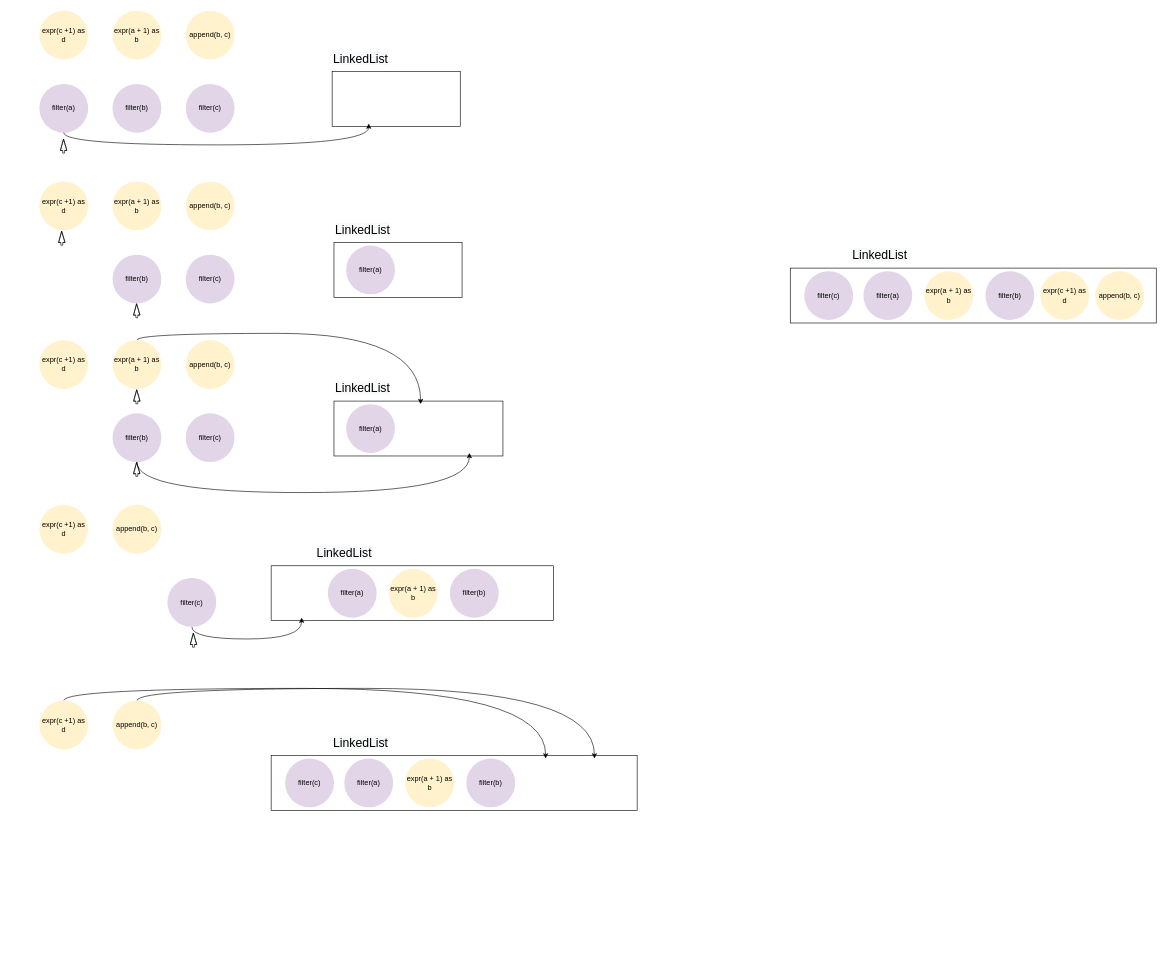
The draw.io diagram page "Page-19" (19 of 19) of profile_dev_platform.drawio in nullbull/uml, before the edit. Source tidied: cells renumbered, new cells numbered last; positions are measured from the earlier drawing's top-left corner, leaving out a move shared by most shapes. Both pictures are drawn from the tidied source at 61%, with x=0, y=0 at pixel (39, 10).
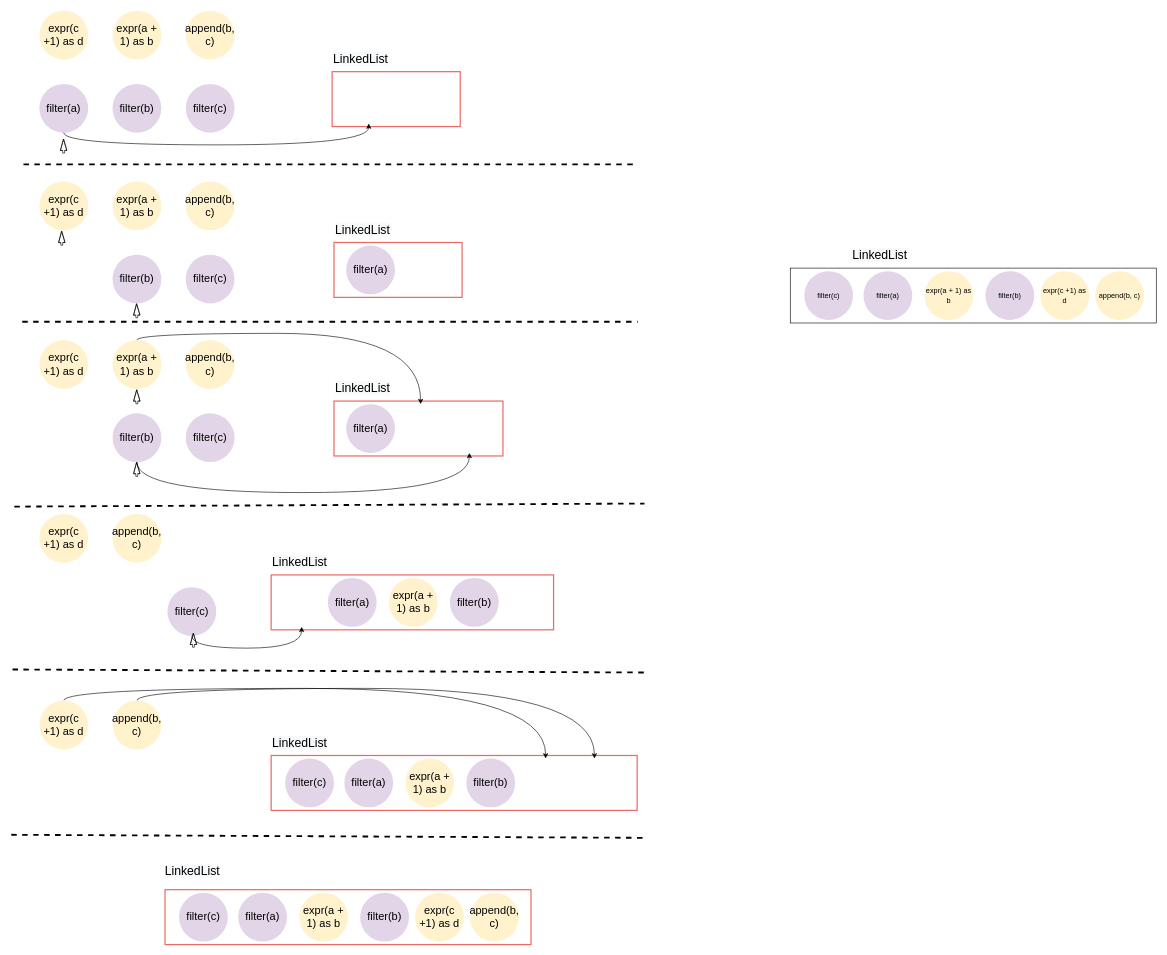
Above is the later version.

Change to the diagram source:
```diff
@@
-    <mxCell id="2" style="rounded=0;whiteSpace=wrap;html=1;fontSize=20;" parent="1" vertex="1">
+    <mxCell id="2" style="rounded=0;whiteSpace=wrap;html=1;fontSize=20;strokeWidth=2;strokeColor=#EA6B66;" parent="1" vertex="1">
       <mxGeometry x="483" y="380" width="210" height="90" as="geometry" />
     </mxCell>
-    <mxCell id="3" value="filter(a)" style="ellipse;whiteSpace=wrap;html=1;fillColor=#e1d5e7;strokeColor=none;" parent="1" vertex="1">
+    <mxCell id="3" value="filter(a)" style="ellipse;whiteSpace=wrap;html=1;fillColor=#e1d5e7;strokeColor=none;fontSize=18;" parent="1" vertex="1">
       <mxGeometry y="120" width="80" height="80" as="geometry" />
     </mxCell>
-    <mxCell id="4" value="expr(a + 1) as b" style="ellipse;whiteSpace=wrap;html=1;fillColor=#fff2cc;strokeColor=none;" parent="1" vertex="1">
+    <mxCell id="4" value="expr(a + 1) as b" style="ellipse;whiteSpace=wrap;html=1;fillColor=#fff2cc;strokeColor=none;fontSize=18;" parent="1" vertex="1">
       <mxGeometry x="120" width="80" height="80" as="geometry" />
     </mxCell>
-    <mxCell id="5" value="append(b, c)" style="ellipse;whiteSpace=wrap;html=1;fillColor=#fff2cc;strokeColor=none;" parent="1" vertex="1">
+    <mxCell id="5" value="append(b, c)" style="ellipse;whiteSpace=wrap;html=1;fillColor=#fff2cc;strokeColor=none;fontSize=18;" parent="1" vertex="1">
       <mxGeometry x="240" width="80" height="80" as="geometry" />
     </mxCell>
-    <mxCell id="6" value="filter(c)" style="ellipse;whiteSpace=wrap;html=1;fillColor=#e1d5e7;strokeColor=none;" parent="1" vertex="1">
+    <mxCell id="6" value="filter(c)" style="ellipse;whiteSpace=wrap;html=1;fillColor=#e1d5e7;strokeColor=none;fontSize=18;" parent="1" vertex="1">
       <mxGeometry x="240" y="120" width="80" height="80" as="geometry" />
     </mxCell>
-    <mxCell id="7" value="expr(c +1) as d" style="ellipse;whiteSpace=wrap;html=1;fillColor=#fff2cc;strokeColor=none;" parent="1" vertex="1">
+    <mxCell id="7" value="&lt;font style=&quot;font-size: 18px;&quot;&gt;expr(c +1) as d&lt;/font&gt;" style="ellipse;whiteSpace=wrap;html=1;fillColor=#fff2cc;strokeColor=none;fontSize=18;" parent="1" vertex="1">
       <mxGeometry width="80" height="80" as="geometry" />
     </mxCell>
-    <mxCell id="8" value="filter(b)" style="ellipse;whiteSpace=wrap;html=1;fillColor=#e1d5e7;strokeColor=none;" parent="1" vertex="1">
+    <mxCell id="8" value="filter(b)" style="ellipse;whiteSpace=wrap;html=1;fillColor=#e1d5e7;strokeColor=none;fontSize=18;" parent="1" vertex="1">
       <mxGeometry x="120" y="120" width="80" height="80" as="geometry" />
     </mxCell>
-    <mxCell id="9" style="rounded=0;whiteSpace=wrap;html=1;fontSize=20;" parent="1" vertex="1">
+    <mxCell id="9" style="rounded=0;whiteSpace=wrap;html=1;fontSize=20;strokeWidth=2;strokeColor=#EA6B66;" parent="1" vertex="1">
       <mxGeometry x="480" y="100" width="210" height="90" as="geometry" />
     </mxCell>
@@
-    <mxCell id="11" value="filter(a)" style="ellipse;whiteSpace=wrap;html=1;fillColor=#e1d5e7;strokeColor=none;" parent="1" vertex="1">
+    <mxCell id="11" value="filter(a)" style="ellipse;whiteSpace=wrap;html=1;fillColor=#e1d5e7;strokeColor=none;fontSize=18;" parent="1" vertex="1">
       <mxGeometry x="503" y="385" width="80" height="80" as="geometry" />
     </mxCell>
@@
-    <mxCell id="13" value="expr(a + 1) as b" style="ellipse;whiteSpace=wrap;html=1;fillColor=#fff2cc;strokeColor=none;" parent="1" vertex="1">
+    <mxCell id="13" value="expr(a + 1) as b" style="ellipse;whiteSpace=wrap;html=1;fillColor=#fff2cc;strokeColor=none;fontSize=18;" parent="1" vertex="1">
       <mxGeometry x="120" y="280" width="80" height="80" as="geometry" />
     </mxCell>
-    <mxCell id="14" value="append(b, c)" style="ellipse;whiteSpace=wrap;html=1;fillColor=#fff2cc;strokeColor=none;" parent="1" vertex="1">
+    <mxCell id="14" value="append(b, c)" style="ellipse;whiteSpace=wrap;html=1;fillColor=#fff2cc;strokeColor=none;fontSize=18;" parent="1" vertex="1">
       <mxGeometry x="240" y="280" width="80" height="80" as="geometry" />
     </mxCell>
-    <mxCell id="15" value="filter(c)" style="ellipse;whiteSpace=wrap;html=1;fillColor=#e1d5e7;strokeColor=none;" parent="1" vertex="1">
+    <mxCell id="15" value="filter(c)" style="ellipse;whiteSpace=wrap;html=1;fillColor=#e1d5e7;strokeColor=none;fontSize=18;" parent="1" vertex="1">
       <mxGeometry x="240" y="400" width="80" height="80" as="geometry" />
     </mxCell>
-    <mxCell id="16" value="expr(c +1) as d" style="ellipse;whiteSpace=wrap;html=1;fillColor=#fff2cc;strokeColor=none;" parent="1" vertex="1">
+    <mxCell id="16" value="expr(c +1) as d" style="ellipse;whiteSpace=wrap;html=1;fillColor=#fff2cc;strokeColor=none;fontSize=18;" parent="1" vertex="1">
       <mxGeometry y="280" width="80" height="80" as="geometry" />
     </mxCell>
-    <mxCell id="17" value="filter(b)" style="ellipse;whiteSpace=wrap;html=1;fillColor=#e1d5e7;strokeColor=none;" parent="1" vertex="1">
+    <mxCell id="17" value="filter(b)" style="ellipse;whiteSpace=wrap;html=1;fillColor=#e1d5e7;strokeColor=none;fontSize=18;" parent="1" vertex="1">
       <mxGeometry x="120" y="400" width="80" height="80" as="geometry" />
     </mxCell>
@@
-    <mxCell id="19" style="rounded=0;whiteSpace=wrap;html=1;fontSize=20;" parent="1" vertex="1">
+    <mxCell id="19" style="rounded=0;whiteSpace=wrap;html=1;fontSize=20;strokeWidth=2;strokeColor=#EA6B66;" parent="1" vertex="1">
       <mxGeometry x="483" y="640" width="277" height="90" as="geometry" />
     </mxCell>
-    <mxCell id="20" value="filter(a)" style="ellipse;whiteSpace=wrap;html=1;fillColor=#e1d5e7;strokeColor=none;" parent="1" vertex="1">
+    <mxCell id="20" value="filter(a)" style="ellipse;whiteSpace=wrap;html=1;fillColor=#e1d5e7;strokeColor=none;fontSize=18;" parent="1" vertex="1">
       <mxGeometry x="503" y="645" width="80" height="80" as="geometry" />
     </mxCell>
@@
-    <mxCell id="23" value="expr(a + 1) as b" style="ellipse;whiteSpace=wrap;html=1;fillColor=#fff2cc;strokeColor=none;" parent="1" vertex="1">
+    <mxCell id="23" value="expr(a + 1) as b" style="ellipse;whiteSpace=wrap;html=1;fillColor=#fff2cc;strokeColor=none;fontSize=18;" parent="1" vertex="1">
       <mxGeometry x="120" y="540" width="80" height="80" as="geometry" />
     </mxCell>
-    <mxCell id="24" value="append(b, c)" style="ellipse;whiteSpace=wrap;html=1;fillColor=#fff2cc;strokeColor=none;" parent="1" vertex="1">
+    <mxCell id="24" value="append(b, c)" style="ellipse;whiteSpace=wrap;html=1;fillColor=#fff2cc;strokeColor=none;fontSize=18;" parent="1" vertex="1">
       <mxGeometry x="240" y="540" width="80" height="80" as="geometry" />
     </mxCell>
-    <mxCell id="25" value="filter(c)" style="ellipse;whiteSpace=wrap;html=1;fillColor=#e1d5e7;strokeColor=none;" parent="1" vertex="1">
+    <mxCell id="25" value="filter(c)" style="ellipse;whiteSpace=wrap;html=1;fillColor=#e1d5e7;strokeColor=none;fontSize=18;" parent="1" vertex="1">
       <mxGeometry x="240" y="660" width="80" height="80" as="geometry" />
     </mxCell>
-    <mxCell id="26" value="expr(c +1) as d" style="ellipse;whiteSpace=wrap;html=1;fillColor=#fff2cc;strokeColor=none;" parent="1" vertex="1">
+    <mxCell id="26" value="expr(c +1) as d" style="ellipse;whiteSpace=wrap;html=1;fillColor=#fff2cc;strokeColor=none;fontSize=18;" parent="1" vertex="1">
       <mxGeometry y="540" width="80" height="80" as="geometry" />
     </mxCell>
@@
-    <mxCell id="28" value="filter(b)" style="ellipse;whiteSpace=wrap;html=1;fillColor=#e1d5e7;strokeColor=none;" parent="1" vertex="1">
+    <mxCell id="28" value="filter(b)" style="ellipse;whiteSpace=wrap;html=1;fillColor=#e1d5e7;strokeColor=none;fontSize=18;" parent="1" vertex="1">
       <mxGeometry x="120" y="660" width="80" height="80" as="geometry" />
     </mxCell>
@@
-    <mxCell id="30" style="rounded=0;whiteSpace=wrap;html=1;fontSize=20;" parent="1" vertex="1">
-      <mxGeometry x="380" y="910" width="463" height="90" as="geometry" />
+    <mxCell id="30" style="rounded=0;whiteSpace=wrap;html=1;fontSize=20;strokeWidth=2;strokeColor=#EA6B66;" parent="1" vertex="1">
+      <mxGeometry x="380" y="925" width="463" height="90" as="geometry" />
     </mxCell>
-    <mxCell id="31" value="filter(a)" style="ellipse;whiteSpace=wrap;html=1;fillColor=#e1d5e7;strokeColor=none;" parent="1" vertex="1">
-      <mxGeometry x="473" y="915" width="80" height="80" as="geometry" />
+    <mxCell id="31" value="filter(a)" style="ellipse;whiteSpace=wrap;html=1;fillColor=#e1d5e7;strokeColor=none;fontSize=18;" parent="1" vertex="1">
+      <mxGeometry x="473" y="930" width="80" height="80" as="geometry" />
     </mxCell>
     <mxCell id="32" value="&lt;span style=&quot;color: rgb(0, 0, 0); font-family: helvetica; font-size: 20px; font-style: normal; font-weight: 400; letter-spacing: normal; text-align: center; text-indent: 0px; text-transform: none; word-spacing: 0px; background-color: rgb(248, 249, 250); display: inline; float: none;&quot;&gt;LinkedList&lt;/span&gt;" style="text;whiteSpace=wrap;html=1;fontSize=20;" parent="1" vertex="1">
-      <mxGeometry x="453" y="870" width="120" height="40" as="geometry" />
+      <mxGeometry x="380" y="885" width="120" height="40" as="geometry" />
     </mxCell>
-    <mxCell id="33" value="append(b, c)" style="ellipse;whiteSpace=wrap;html=1;fillColor=#fff2cc;strokeColor=none;" parent="1" vertex="1">
-      <mxGeometry x="120" y="810" width="80" height="80" as="geometry" />
+    <mxCell id="33" value="append(b, c)" style="ellipse;whiteSpace=wrap;html=1;fillColor=#fff2cc;strokeColor=none;fontSize=18;" parent="1" vertex="1">
+      <mxGeometry x="120" y="825" width="80" height="80" as="geometry" />
     </mxCell>
@@
-    <mxCell id="35" value="filter(c)" style="ellipse;whiteSpace=wrap;html=1;fillColor=#e1d5e7;strokeColor=none;" parent="1" vertex="1">
-      <mxGeometry x="210" y="930" width="80" height="80" as="geometry" />
+    <mxCell id="35" value="filter(c)" style="ellipse;whiteSpace=wrap;html=1;fillColor=#e1d5e7;strokeColor=none;fontSize=18;" parent="1" vertex="1">
+      <mxGeometry x="210" y="945" width="80" height="80" as="geometry" />
     </mxCell>
-    <mxCell id="36" value="expr(c +1) as d" style="ellipse;whiteSpace=wrap;html=1;fillColor=#fff2cc;strokeColor=none;" parent="1" vertex="1">
-      <mxGeometry y="810" width="80" height="80" as="geometry" />
+    <mxCell id="36" value="expr(c +1) as d" style="ellipse;whiteSpace=wrap;html=1;fillColor=#fff2cc;strokeColor=none;fontSize=18;" parent="1" vertex="1">
+      <mxGeometry y="825" width="80" height="80" as="geometry" />
     </mxCell>
@@
-    <mxCell id="38" value="expr(a + 1) as b" style="ellipse;whiteSpace=wrap;html=1;fillColor=#fff2cc;strokeColor=none;" parent="1" vertex="1">
-      <mxGeometry x="573" y="915" width="80" height="80" as="geometry" />
+    <mxCell id="38" value="expr(a + 1) as b" style="ellipse;whiteSpace=wrap;html=1;fillColor=#fff2cc;strokeColor=none;fontSize=18;" parent="1" vertex="1">
+      <mxGeometry x="573" y="930" width="80" height="80" as="geometry" />
     </mxCell>
-    <mxCell id="39" value="filter(b)" style="ellipse;whiteSpace=wrap;html=1;fillColor=#e1d5e7;strokeColor=none;" parent="1" vertex="1">
-      <mxGeometry x="673" y="915" width="80" height="80" as="geometry" />
+    <mxCell id="39" value="filter(b)" style="ellipse;whiteSpace=wrap;html=1;fillColor=#e1d5e7;strokeColor=none;fontSize=18;" parent="1" vertex="1">
+      <mxGeometry x="673" y="930" width="80" height="80" as="geometry" />
     </mxCell>
-    <mxCell id="40" style="rounded=0;whiteSpace=wrap;html=1;fontSize=20;" parent="1" vertex="1">
+    <mxCell id="40" style="rounded=0;whiteSpace=wrap;html=1;fontSize=20;strokeColor=#EA6B66;strokeWidth=2;" parent="1" vertex="1">
       <mxGeometry x="380" y="1221" width="600" height="90" as="geometry" />
     </mxCell>
-    <mxCell id="41" value="filter(a)" style="ellipse;whiteSpace=wrap;html=1;fillColor=#e1d5e7;strokeColor=none;" parent="1" vertex="1">
+    <mxCell id="41" value="filter(a)" style="ellipse;whiteSpace=wrap;html=1;fillColor=#e1d5e7;strokeColor=none;fontSize=18;" parent="1" vertex="1">
       <mxGeometry x="500" y="1226" width="80" height="80" as="geometry" />
     </mxCell>
     <mxCell id="42" value="&lt;span style=&quot;color: rgb(0, 0, 0); font-family: helvetica; font-size: 20px; font-style: normal; font-weight: 400; letter-spacing: normal; text-align: center; text-indent: 0px; text-transform: none; word-spacing: 0px; background-color: rgb(248, 249, 250); display: inline; float: none;&quot;&gt;LinkedList&lt;/span&gt;" style="text;whiteSpace=wrap;html=1;fontSize=20;" parent="1" vertex="1">
-      <mxGeometry x="480" y="1181" width="120" height="40" as="geometry" />
+      <mxGeometry x="380" y="1181" width="120" height="40" as="geometry" />
     </mxCell>
-    <mxCell id="43" value="filter(c)" style="ellipse;whiteSpace=wrap;html=1;fillColor=#e1d5e7;strokeColor=none;" parent="1" vertex="1">
+    <mxCell id="43" value="filter(c)" style="ellipse;whiteSpace=wrap;html=1;fillColor=#e1d5e7;strokeColor=none;fontSize=18;" parent="1" vertex="1">
       <mxGeometry x="403" y="1226" width="80" height="80" as="geometry" />
     </mxCell>
-    <mxCell id="44" value="expr(a + 1) as b" style="ellipse;whiteSpace=wrap;html=1;fillColor=#fff2cc;strokeColor=none;" parent="1" vertex="1">
+    <mxCell id="44" value="expr(a + 1) as b" style="ellipse;whiteSpace=wrap;html=1;fillColor=#fff2cc;strokeColor=none;fontSize=18;" parent="1" vertex="1">
       <mxGeometry x="600" y="1226" width="80" height="80" as="geometry" />
     </mxCell>
-    <mxCell id="45" value="filter(b)" style="ellipse;whiteSpace=wrap;html=1;fillColor=#e1d5e7;strokeColor=none;" parent="1" vertex="1">
+    <mxCell id="45" value="filter(b)" style="ellipse;whiteSpace=wrap;html=1;fillColor=#e1d5e7;strokeColor=none;fontSize=18;" parent="1" vertex="1">
       <mxGeometry x="700" y="1226" width="80" height="80" as="geometry" />
     </mxCell>
@@
     <mxCell id="53" style="ellipse;whiteSpace=wrap;html=1;fontSize=20;strokeColor=#FFFFFF;" parent="1" vertex="1">
-      <mxGeometry x="390" y="915" width="80" height="80" as="geometry" />
+      <mxGeometry x="390" y="930" width="80" height="80" as="geometry" />
     </mxCell>
@@
-    <mxCell id="55" value="append(b, c)" style="ellipse;whiteSpace=wrap;html=1;fillColor=#fff2cc;strokeColor=none;" parent="1" vertex="1">
+    <mxCell id="55" value="append(b, c)" style="ellipse;whiteSpace=wrap;html=1;fillColor=#fff2cc;strokeColor=none;fontSize=18;" parent="1" vertex="1">
       <mxGeometry x="120" y="1131" width="80" height="80" as="geometry" />
     </mxCell>
@@
-    <mxCell id="57" value="expr(c +1) as d" style="ellipse;whiteSpace=wrap;html=1;fillColor=#fff2cc;strokeColor=none;" parent="1" vertex="1">
+    <mxCell id="57" value="expr(c +1) as d" style="ellipse;whiteSpace=wrap;html=1;fillColor=#fff2cc;strokeColor=none;fontSize=18;" parent="1" vertex="1">
       <mxGeometry y="1131" width="80" height="80" as="geometry" />
     </mxCell>
@@
+    <mxCell id="68" style="endArrow=none;dashed=1;html=1;rounded=0;fontSize=20;curved=1;strokeWidth=3;" parent="1" edge="1">
+      <mxGeometry relative="1" as="geometry">
+        <mxPoint x="-26" y="252" as="sourcePoint" />
+        <mxPoint x="979" y="252" as="targetPoint" />
+      </mxGeometry>
+    </mxCell>
+    <mxCell id="69" style="endArrow=none;dashed=1;html=1;rounded=0;fontSize=20;curved=1;strokeWidth=3;" parent="1" edge="1">
+      <mxGeometry relative="1" as="geometry">
+        <mxPoint x="-28" y="510" as="sourcePoint" />
+        <mxPoint x="981" y="510" as="targetPoint" />
+      </mxGeometry>
+    </mxCell>
+    <mxCell id="70" style="endArrow=none;dashed=1;html=1;rounded=0;fontSize=20;curved=1;strokeWidth=3;" parent="1" edge="1">
+      <mxGeometry relative="1" as="geometry">
+        <mxPoint x="-41" y="813" as="sourcePoint" />
+        <mxPoint x="992" y="808" as="targetPoint" />
+      </mxGeometry>
+    </mxCell>
+    <mxCell id="71" style="endArrow=none;dashed=1;html=1;rounded=0;fontSize=20;curved=1;strokeWidth=3;" parent="1" edge="1">
+      <mxGeometry relative="1" as="geometry">
+        <mxPoint x="-44" y="1080" as="sourcePoint" />
+        <mxPoint x="996" y="1085" as="targetPoint" />
+      </mxGeometry>
+    </mxCell>
+    <mxCell id="72" style="rounded=0;whiteSpace=wrap;html=1;fontSize=20;strokeWidth=2;strokeColor=#EA6B66;" parent="1" vertex="1">
+      <mxGeometry x="206" y="1441" width="600" height="90" as="geometry" />
+    </mxCell>
+    <mxCell id="73" value="filter(a)" style="ellipse;whiteSpace=wrap;html=1;fillColor=#e1d5e7;strokeColor=none;fontSize=18;" parent="1" vertex="1">
+      <mxGeometry x="326" y="1446" width="80" height="80" as="geometry" />
+    </mxCell>
+    <mxCell id="74" value="&lt;span style=&quot;color: rgb(0, 0, 0); font-family: helvetica; font-size: 20px; font-style: normal; font-weight: 400; letter-spacing: normal; text-align: center; text-indent: 0px; text-transform: none; word-spacing: 0px; background-color: rgb(248, 249, 250); display: inline; float: none;&quot;&gt;LinkedList&lt;/span&gt;" style="text;whiteSpace=wrap;html=1;fontSize=20;" parent="1" vertex="1">
+      <mxGeometry x="204" y="1392" width="120" height="40" as="geometry" />
+    </mxCell>
+    <mxCell id="75" value="filter(c)" style="ellipse;whiteSpace=wrap;html=1;fillColor=#e1d5e7;strokeColor=none;fontSize=18;" parent="1" vertex="1">
+      <mxGeometry x="229" y="1446" width="80" height="80" as="geometry" />
+    </mxCell>
+    <mxCell id="76" value="expr(a + 1) as b" style="ellipse;whiteSpace=wrap;html=1;fillColor=#fff2cc;strokeColor=none;fontSize=18;" parent="1" vertex="1">
+      <mxGeometry x="426" y="1446" width="80" height="80" as="geometry" />
+    </mxCell>
+    <mxCell id="77" value="filter(b)" style="ellipse;whiteSpace=wrap;html=1;fillColor=#e1d5e7;strokeColor=none;fontSize=18;" parent="1" vertex="1">
+      <mxGeometry x="526" y="1446" width="80" height="80" as="geometry" />
+    </mxCell>
+    <mxCell id="78" value="append(b, c)" style="ellipse;whiteSpace=wrap;html=1;fillColor=#fff2cc;strokeColor=none;fontSize=18;" parent="1" vertex="1">
+      <mxGeometry x="706" y="1446" width="80" height="80" as="geometry" />
+    </mxCell>
+    <mxCell id="79" value="expr(c +1) as d" style="ellipse;whiteSpace=wrap;html=1;fillColor=#fff2cc;strokeColor=none;fontSize=18;" parent="1" vertex="1">
+      <mxGeometry x="616" y="1446" width="80" height="80" as="geometry" />
+    </mxCell>
+    <mxCell id="80" style="endArrow=none;dashed=1;html=1;rounded=0;fontSize=20;curved=1;strokeWidth=3;" parent="1" edge="1">
+      <mxGeometry relative="1" as="geometry">
+        <mxPoint x="-46" y="1351" as="sourcePoint" />
+        <mxPoint x="994" y="1356" as="targetPoint" />
+      </mxGeometry>
+    </mxCell>
```
